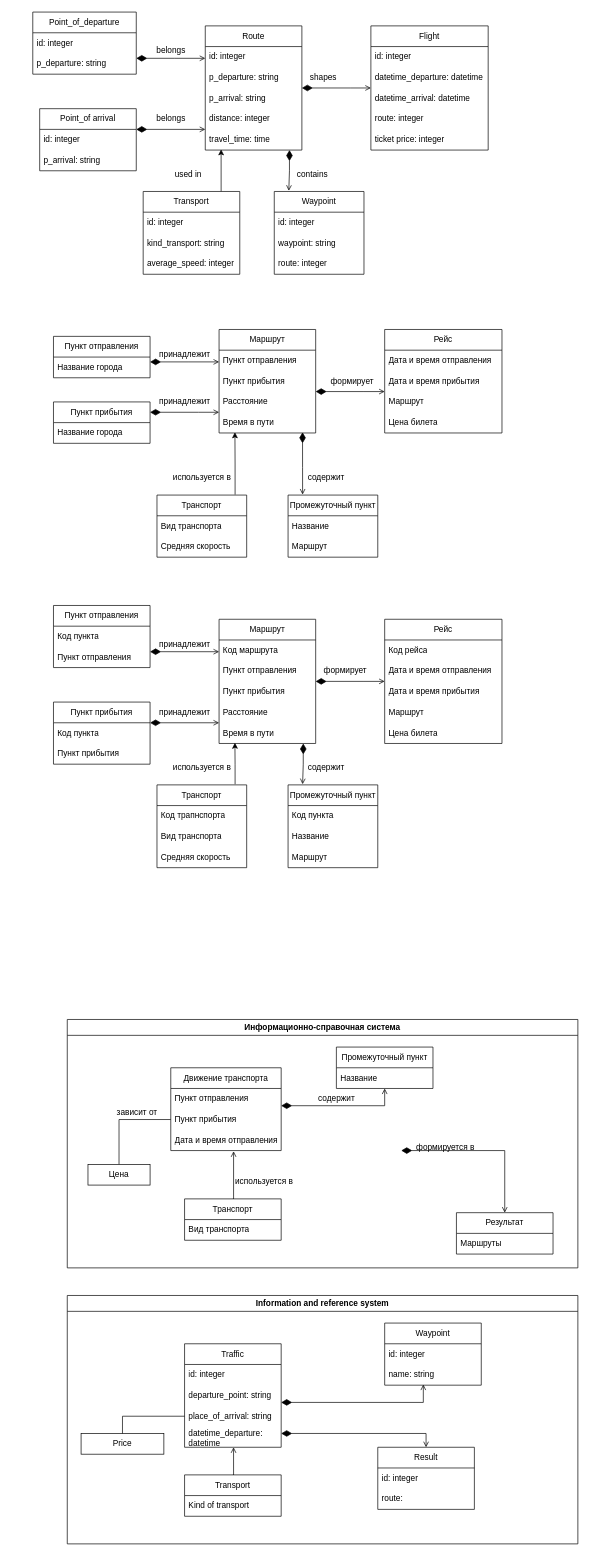
This is Диаграмма мпо.drawio from Anaastasiya/-, a draw.io file, before an edit. Source tidied: cells renumbered, new cells numbered last; positions are measured from the earlier drawing's top-left corner, leaving out a move shared by most shapes. Both pictures are drawn from the tidied source at 69%, with x=0, y=0 at pixel (32, 12).
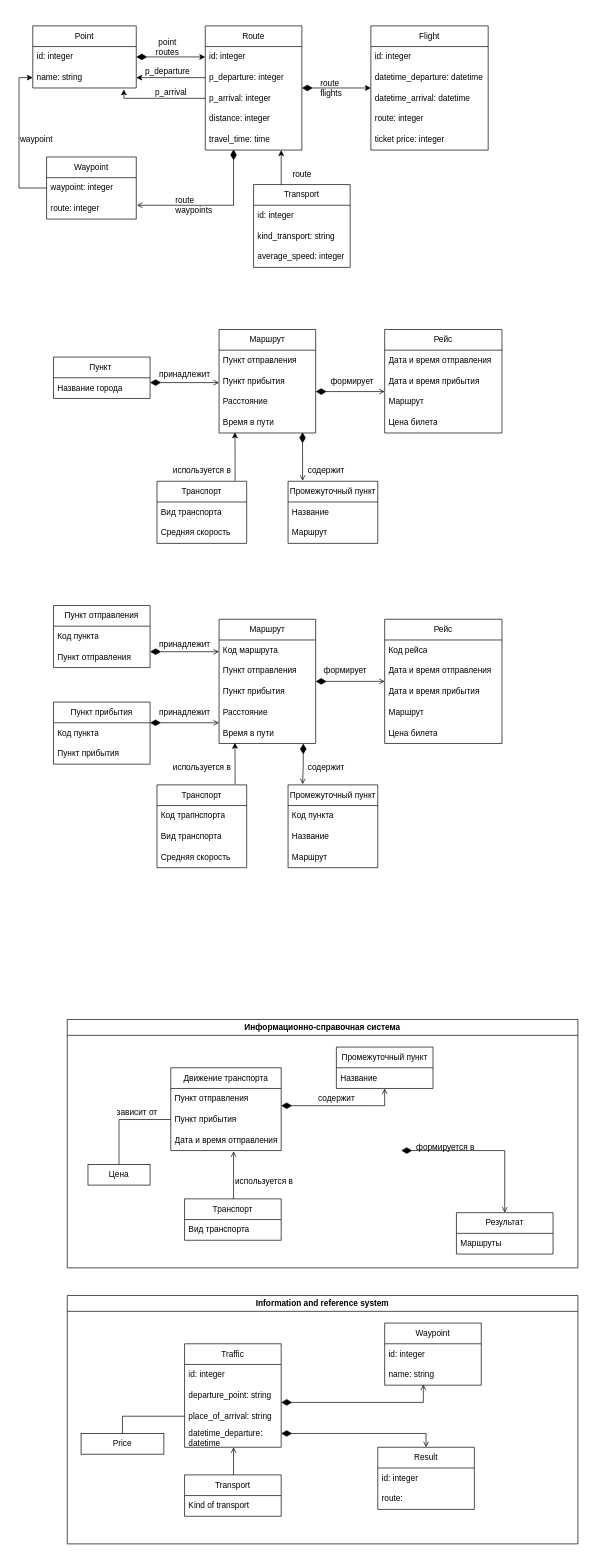
Above is the later version.

The change refers to these unchanged cells:
```xml
<mxCell id="81" value="Название города" style="text;strokeColor=none;fillColor=none;align=left;verticalAlign=middle;spacingLeft=4;spacingRight=4;overflow=hidden;points=[[0,0.5],[1,0.5]];portConstraint=eastwest;whiteSpace=wrap;html=1;" parent="80" vertex="1">
  <mxGeometry y="30" width="140" height="30" as="geometry" />
</mxCell>
<mxCell id="112" value="id: integer" style="text;strokeColor=none;fillColor=none;align=left;verticalAlign=middle;spacingLeft=4;spacingRight=4;overflow=hidden;points=[[0,0.5],[1,0.5]];portConstraint=eastwest;whiteSpace=wrap;html=1;" parent="111" vertex="1">
  <mxGeometry y="30" width="150" height="30" as="geometry" />
</mxCell>
<mxCell id="117" value="Route" style="swimlane;fontStyle=0;horizontal=1;startSize=30;whiteSpace=wrap;html=1;" parent="1" vertex="1">
  <mxGeometry x="250" y="20" width="140" height="180" as="geometry" />
</mxCell>
<mxCell id="118" value="id: integer" style="text;strokeColor=none;fillColor=none;align=left;verticalAlign=middle;spacingLeft=4;spacingRight=4;overflow=hidden;points=[[0,0.5],[1,0.5]];portConstraint=eastwest;whiteSpace=wrap;html=1;" parent="117" vertex="1">
  <mxGeometry y="30" width="140" height="30" as="geometry" />
</mxCell>
<mxCell id="122" value="travel_time: time" style="text;strokeColor=none;fillColor=none;align=left;verticalAlign=middle;spacingLeft=4;spacingRight=4;overflow=hidden;points=[[0,0.5],[1,0.5]];portConstraint=eastwest;whiteSpace=wrap;html=1;" parent="117" vertex="1">
  <mxGeometry y="150" width="140" height="30" as="geometry" />
</mxCell>
<mxCell id="126" value="datetime_arrival: datetime" style="text;strokeColor=none;fillColor=none;align=left;verticalAlign=middle;spacingLeft=4;spacingRight=4;overflow=hidden;points=[[0,0.5],[1,0.5]];portConstraint=eastwest;whiteSpace=wrap;html=1;" parent="123" vertex="1">
  <mxGeometry y="90" width="170" height="30" as="geometry" />
</mxCell>
```

What changed in the source:
```diff
@@
     <mxCell id="77" value="Промежуточный пункт" style="swimlane;fontStyle=0;horizontal=1;startSize=30;whiteSpace=wrap;html=1;" parent="1" vertex="1">
-      <mxGeometry x="370" y="700" width="130" height="90" as="geometry" />
+      <mxGeometry x="370" y="680" width="130" height="90" as="geometry" />
     </mxCell>
@@
-    <mxCell id="80" value="Пункт отправления" style="swimlane;fontStyle=0;horizontal=1;startSize=30;whiteSpace=wrap;html=1;" parent="1" vertex="1">
-      <mxGeometry x="30" y="470" width="140" height="60" as="geometry" />
+    <mxCell id="80" value="Пункт&amp;nbsp;" style="swimlane;fontStyle=0;horizontal=1;startSize=30;whiteSpace=wrap;html=1;" parent="1" vertex="1">
+      <mxGeometry x="30" y="500" width="140" height="60" as="geometry" />
     </mxCell>
@@
-    <mxCell id="82" value="Пункт прибытия" style="swimlane;fontStyle=0;horizontal=1;startSize=30;whiteSpace=wrap;html=1;" parent="1" vertex="1">
-      <mxGeometry x="30" y="565" width="140" height="60" as="geometry" />
-    </mxCell>
-    <mxCell id="83" value="Название города" style="text;strokeColor=none;fillColor=none;align=left;verticalAlign=middle;spacingLeft=4;spacingRight=4;overflow=hidden;whiteSpace=wrap;html=1;" parent="82" vertex="1">
-      <mxGeometry y="30" width="140" height="30" as="geometry" />
-    </mxCell>
@@
     <mxCell id="95" value="Транспорт" style="swimlane;fontStyle=0;horizontal=1;startSize=30;whiteSpace=wrap;html=1;" parent="1" vertex="1">
-      <mxGeometry x="180" y="700" width="130" height="90" as="geometry" />
+      <mxGeometry x="180" y="680" width="130" height="90" as="geometry" />
     </mxCell>
@@
     <mxCell id="98" style="edgeStyle=orthogonalEdgeStyle;rounded=0;jettySize=auto;html=1;startArrow=diamondThin;startFill=1;startSize=13;endArrow=open;endFill=0;exitX=1;exitY=0.233;exitDx=0;exitDy=0;exitPerimeter=0;" parent="1" edge="1" source="81">
       <mxGeometry relative="1" as="geometry">
-        <mxPoint x="270" y="507" as="targetPoint" />
+        <mxPoint x="270" y="537" as="targetPoint" />
       </mxGeometry>
     </mxCell>
@@
     <mxCell id="101" value="используется в" style="text;html=1;align=center;verticalAlign=middle;strokeColor=none;fillColor=none;" parent="1" vertex="1">
-      <mxGeometry x="190" y="660" width="110" height="30" as="geometry" />
+      <mxGeometry x="190" y="650" width="110" height="30" as="geometry" />
     </mxCell>
     <mxCell id="102" value="содержит" style="text;html=1;align=center;verticalAlign=middle;strokeColor=none;fillColor=none;" parent="1" vertex="1">
-      <mxGeometry x="360" y="660" width="130" height="30" as="geometry" />
+      <mxGeometry x="360" y="650" width="130" height="30" as="geometry" />
     </mxCell>
@@
     <mxCell id="104" value="принадлежит" style="text;html=1;align=center;verticalAlign=middle;strokeColor=none;fillColor=none;" parent="1" vertex="1">
-      <mxGeometry x="170" y="481" width="100" height="30" as="geometry" />
+      <mxGeometry x="170" y="510" width="100" height="30" as="geometry" />
     </mxCell>
-    <mxCell id="105" value="принадлежит" style="text;html=1;align=center;verticalAlign=middle;strokeColor=none;fillColor=none;" parent="1" vertex="1">
-      <mxGeometry x="170" y="550" width="100" height="30" as="geometry" />
-    </mxCell>
-    <mxCell id="106" style="edgeStyle=orthogonalEdgeStyle;rounded=0;orthogonalLoop=1;jettySize=auto;html=1;startArrow=diamondThin;startFill=1;startSize=13;endArrow=open;endFill=0;exitX=1;exitY=0.233;exitDx=0;exitDy=0;exitPerimeter=0;" parent="1" edge="1">
-      <mxGeometry relative="1" as="geometry">
-        <mxPoint x="170" y="580" as="sourcePoint" />
-        <mxPoint x="270" y="580" as="targetPoint" />
-        <Array as="points">
-          <mxPoint x="240" y="580" />
-          <mxPoint x="240" y="580" />
-        </Array>
-      </mxGeometry>
-    </mxCell>
     <mxCell id="107" value="Waypoint" style="swimlane;fontStyle=0;horizontal=1;startSize=30;whiteSpace=wrap;html=1;" parent="1" vertex="1">
-      <mxGeometry x="350" y="260" width="130" height="120" as="geometry" />
+      <mxGeometry x="20" y="210" width="130" height="90" as="geometry" />
     </mxCell>
-    <mxCell id="108" value="id: integer" style="text;strokeColor=none;fillColor=none;align=left;verticalAlign=middle;spacingLeft=4;spacingRight=4;overflow=hidden;whiteSpace=wrap;html=1;" parent="107" vertex="1">
-      <mxGeometry y="30" width="130" height="30" as="geometry" />
-    </mxCell>
-    <mxCell id="109" value="waypoint: string" style="text;strokeColor=none;fillColor=none;align=left;verticalAlign=middle;spacingLeft=4;spacingRight=4;overflow=hidden;points=[[0,0.5],[1,0.5]];portConstraint=eastwest;whiteSpace=wrap;html=1;" parent="107" vertex="1">
-      <mxGeometry y="60" width="130" height="30" as="geometry" />
+    <mxCell id="109" value="waypoint: integer" style="text;strokeColor=none;fillColor=none;align=left;verticalAlign=middle;spacingLeft=4;spacingRight=4;overflow=hidden;points=[[0,0.5],[1,0.5]];portConstraint=eastwest;whiteSpace=wrap;html=1;" parent="107" vertex="1">
+      <mxGeometry y="30" width="130" height="30" as="geometry" />
     </mxCell>
     <mxCell id="110" value="route: integer" style="text;strokeColor=none;fillColor=none;align=left;verticalAlign=middle;spacingLeft=4;spacingRight=4;overflow=hidden;whiteSpace=wrap;html=1;" parent="107" vertex="1">
-      <mxGeometry y="90" width="130" height="30" as="geometry" />
+      <mxGeometry y="60" width="130" height="30" as="geometry" />
     </mxCell>
-    <mxCell id="111" value="Point_of_departure" style="swimlane;fontStyle=0;horizontal=1;startSize=30;whiteSpace=wrap;html=1;" parent="1" vertex="1">
-      <mxGeometry width="150" height="90" as="geometry" />
+    <mxCell id="111" value="Point" style="swimlane;fontStyle=0;horizontal=1;startSize=30;whiteSpace=wrap;html=1;" parent="1" vertex="1">
+      <mxGeometry y="20" width="150" height="90" as="geometry" />
     </mxCell>
@@
-    <mxCell id="113" value="p_departure: string" style="text;strokeColor=none;fillColor=none;align=left;verticalAlign=middle;spacingLeft=4;spacingRight=4;overflow=hidden;points=[[0,0.5],[1,0.5]];portConstraint=eastwest;whiteSpace=wrap;html=1;" parent="111" vertex="1">
-      <mxGeometry y="60" width="150" height="30" as="geometry" />
-    </mxCell>
-    <mxCell id="114" value="Point_of arrival" style="swimlane;fontStyle=0;horizontal=1;startSize=30;whiteSpace=wrap;html=1;" parent="1" vertex="1">
-      <mxGeometry x="10" y="140" width="140" height="90" as="geometry" />
-    </mxCell>
-    <mxCell id="115" value="id: integer" style="text;strokeColor=none;fillColor=none;align=left;verticalAlign=middle;spacingLeft=4;spacingRight=4;overflow=hidden;whiteSpace=wrap;html=1;" parent="114" vertex="1">
-      <mxGeometry y="30" width="140" height="30" as="geometry" />
-    </mxCell>
-    <mxCell id="116" value="p_arrival: string" style="text;strokeColor=none;fillColor=none;align=left;verticalAlign=middle;spacingLeft=4;spacingRight=4;overflow=hidden;whiteSpace=wrap;html=1;" parent="114" vertex="1">
-      <mxGeometry y="60" width="140" height="30" as="geometry" />
-    </mxCell>
+    <mxCell id="143" value="&lt;span style=&quot;color: rgb(0, 0, 0); font-family: Helvetica; font-size: 12px; font-style: normal; font-variant-ligatures: normal; font-variant-caps: normal; font-weight: 400; letter-spacing: normal; orphans: 2; text-align: left; text-indent: 0px; text-transform: none; widows: 2; word-spacing: 0px; -webkit-text-stroke-width: 0px; background-color: rgb(251, 251, 251); text-decoration-thickness: initial; text-decoration-style: initial; text-decoration-color: initial; float: none; display: inline !important;&quot;&gt;name: string&lt;/span&gt;" style="text;strokeColor=none;fillColor=none;align=left;verticalAlign=middle;spacingLeft=4;spacingRight=4;overflow=hidden;points=[[0,0.5],[1,0.5]];portConstraint=eastwest;whiteSpace=wrap;html=1;" parent="111" vertex="1">
+      <mxGeometry y="60" width="150" height="30" as="geometry" />
+    </mxCell>
@@
-    <mxCell id="119" value="p_departure: string" style="text;strokeColor=none;fillColor=none;align=left;verticalAlign=middle;spacingLeft=4;spacingRight=4;overflow=hidden;points=[[0,0.5],[1,0.5]];portConstraint=eastwest;whiteSpace=wrap;html=1;" parent="117" vertex="1">
+    <mxCell id="119" value="p_departure: integer" style="text;strokeColor=none;fillColor=none;align=left;verticalAlign=middle;spacingLeft=4;spacingRight=4;overflow=hidden;points=[[0,0.5],[1,0.5]];portConstraint=eastwest;whiteSpace=wrap;html=1;" parent="117" vertex="1">
       <mxGeometry y="60" width="140" height="30" as="geometry" />
     </mxCell>
-    <mxCell id="120" value="p_arrival: string" style="text;strokeColor=none;fillColor=none;align=left;verticalAlign=middle;spacingLeft=4;spacingRight=4;overflow=hidden;points=[[0,0.5],[1,0.5]];portConstraint=eastwest;whiteSpace=wrap;html=1;" parent="117" vertex="1">
+    <mxCell id="120" value="p_arrival: integer" style="text;strokeColor=none;fillColor=none;align=left;verticalAlign=middle;spacingLeft=4;spacingRight=4;overflow=hidden;points=[[0,0.5],[1,0.5]];portConstraint=eastwest;whiteSpace=wrap;html=1;" parent="117" vertex="1">
       <mxGeometry y="90" width="140" height="30" as="geometry" />
     </mxCell>
@@
-    <mxCell id="129" style="edgeStyle=orthogonalEdgeStyle;rounded=0;jettySize=auto;html=1;exitX=0.807;exitY=0;exitDx=0;exitDy=0;exitPerimeter=0;entryX=0.164;entryY=0.967;entryDx=0;entryDy=0;entryPerimeter=0;" parent="1" edge="1" source="130" target="122">
-      <mxGeometry relative="1" as="geometry" />
+    <mxCell id="129" style="edgeStyle=orthogonalEdgeStyle;rounded=0;jettySize=auto;html=1;exitX=0.307;exitY=0;exitDx=0;exitDy=0;exitPerimeter=0;" parent="1" edge="1" source="130">
+      <mxGeometry relative="1" as="geometry">
+        <mxPoint x="360" y="200" as="targetPoint" />
+        <Array as="points">
+          <mxPoint x="360" y="260" />
+        </Array>
+      </mxGeometry>
     </mxCell>
     <mxCell id="130" value="Transport" style="swimlane;fontStyle=0;horizontal=1;startSize=30;whiteSpace=wrap;html=1;" parent="1" vertex="1">
-      <mxGeometry x="160" y="260" width="140" height="120" as="geometry" />
+      <mxGeometry x="320" y="250" width="140" height="120" as="geometry" />
     </mxCell>
@@
-    <mxCell id="134" style="edgeStyle=orthogonalEdgeStyle;rounded=0;jettySize=auto;html=1;startArrow=diamondThin;startFill=1;startSize=13;endArrow=open;endFill=0;exitX=1;exitY=0.233;exitDx=0;exitDy=0;exitPerimeter=0;" parent="1" edge="1" source="113">
-      <mxGeometry relative="1" as="geometry">
-        <mxPoint x="250" y="67" as="targetPoint" />
-      </mxGeometry>
-    </mxCell>
-    <mxCell id="135" style="edgeStyle=orthogonalEdgeStyle;rounded=0;jettySize=auto;html=1;startArrow=diamondThin;startFill=1;startSize=13;endArrow=open;endFill=0;entryX=0;entryY=0;entryDx=0;entryDy=0;entryPerimeter=0;" parent="1" edge="1" target="126">
+    <mxCell id="135" style="edgeStyle=orthogonalEdgeStyle;rounded=0;jettySize=auto;html=1;startArrow=diamondThin;startFill=1;startSize=13;endArrow=classic;endFill=1;entryX=0;entryY=0;entryDx=0;entryDy=0;entryPerimeter=0;" parent="1" edge="1" target="126">
       <mxGeometry relative="1" as="geometry">
         <mxPoint x="390" y="110" as="sourcePoint" />
         <Array as="points">
           <mxPoint x="460" y="110" />
           <mxPoint x="460" y="110" />
         </Array>
       </mxGeometry>
     </mxCell>
-    <mxCell id="136" style="edgeStyle=orthogonalEdgeStyle;rounded=0;jettySize=auto;html=1;startArrow=diamondThin;startFill=1;startSize=13;endArrow=open;endFill=0;entryX=0.162;entryY=-0.008;entryDx=0;entryDy=0;entryPerimeter=0;" parent="1" edge="1" target="107">
-      <mxGeometry relative="1" as="geometry">
-        <mxPoint x="372" y="200" as="sourcePoint" />
-        <Array as="points">
-          <mxPoint x="372" y="230" />
-          <mxPoint x="371" y="230" />
-        </Array>
-      </mxGeometry>
-    </mxCell>
-    <mxCell id="137" value="used in" style="text;html=1;align=center;verticalAlign=middle;strokeColor=none;fillColor=none;" parent="1" vertex="1">
-      <mxGeometry x="195" y="220" width="60" height="30" as="geometry" />
+    <mxCell id="137" value="route" style="text;html=1;align=center;verticalAlign=middle;strokeColor=none;fillColor=none;" parent="1" vertex="1">
+      <mxGeometry x="365" y="220" width="50" height="30" as="geometry" />
     </mxCell>
-    <mxCell id="138" value="contains" style="text;html=1;align=center;verticalAlign=middle;strokeColor=none;fillColor=none;" parent="1" vertex="1">
-      <mxGeometry x="370" y="220" width="70" height="30" as="geometry" />
-    </mxCell>
-    <mxCell id="139" value="shapes" style="text;html=1;align=left;verticalAlign=middle;strokeColor=none;fillColor=none;" parent="1" vertex="1">
-      <mxGeometry x="400" y="80" width="60" height="30" as="geometry" />
+    <mxCell id="139" value="route&lt;br&gt;flights" style="text;html=1;align=left;verticalAlign=middle;strokeColor=none;fillColor=none;" parent="1" vertex="1">
+      <mxGeometry x="415" y="90" width="50" height="40" as="geometry" />
     </mxCell>
-    <mxCell id="140" value="belongs" style="text;html=1;align=center;verticalAlign=middle;strokeColor=none;fillColor=none;" parent="1" vertex="1">
-      <mxGeometry x="165" y="41" width="70" height="30" as="geometry" />
+    <mxCell id="140" value="point&lt;br&gt;routes" style="text;html=1;align=center;verticalAlign=middle;strokeColor=none;fillColor=none;" parent="1" vertex="1">
+      <mxGeometry x="165" y="31" width="60" height="40" as="geometry" />
     </mxCell>
-    <mxCell id="141" value="belongs" style="text;html=1;align=center;verticalAlign=middle;strokeColor=none;fillColor=none;" parent="1" vertex="1">
-      <mxGeometry x="165" y="140" width="70" height="30" as="geometry" />
-    </mxCell>
-    <mxCell id="142" style="edgeStyle=orthogonalEdgeStyle;rounded=0;orthogonalLoop=1;jettySize=auto;html=1;startArrow=diamondThin;startFill=1;startSize=13;endArrow=open;endFill=0;exitX=1;exitY=0.233;exitDx=0;exitDy=0;exitPerimeter=0;" parent="1" edge="1">
-      <mxGeometry relative="1" as="geometry">
-        <mxPoint x="150" y="170" as="sourcePoint" />
-        <mxPoint x="250" y="170" as="targetPoint" />
-      </mxGeometry>
-    </mxCell>
+    <mxCell id="144" style="edgeStyle=orthogonalEdgeStyle;rounded=0;jettySize=auto;html=1;exitX=0;exitY=0.5;exitDx=0;exitDy=0;entryX=1;entryY=0.5;entryDx=0;entryDy=0;startArrow=classic;startFill=1;startSize=6;endArrow=diamondThin;endFill=1;endSize=13;" parent="1" edge="1" source="118" target="112">
+      <mxGeometry relative="1" as="geometry" />
+    </mxCell>
+    <mxCell id="145" style="edgeStyle=orthogonalEdgeStyle;rounded=0;jettySize=auto;html=1;entryX=1;entryY=0.5;entryDx=0;entryDy=0;" parent="1" edge="1" source="119">
+      <mxGeometry relative="1" as="geometry">
+        <mxPoint x="150" y="95" as="targetPoint" />
+      </mxGeometry>
+    </mxCell>
+    <mxCell id="146" style="edgeStyle=orthogonalEdgeStyle;rounded=0;jettySize=auto;html=1;exitX=0;exitY=0.5;exitDx=0;exitDy=0;entryX=0.88;entryY=1.067;entryDx=0;entryDy=0;entryPerimeter=0;" parent="1" edge="1" source="120" target="143">
+      <mxGeometry relative="1" as="geometry">
+        <Array as="points">
+          <mxPoint x="132" y="125" />
+        </Array>
+      </mxGeometry>
+    </mxCell>
+    <mxCell id="147" value="p_departure" style="text;html=1;align=center;verticalAlign=middle;strokeColor=none;fillColor=none;" parent="1" vertex="1">
+      <mxGeometry x="150" y="71" width="90" height="30" as="geometry" />
+    </mxCell>
+    <mxCell id="148" value="p_arrival" style="text;html=1;align=center;verticalAlign=middle;strokeColor=none;fillColor=none;" parent="1" vertex="1">
+      <mxGeometry x="165" y="101" width="70" height="30" as="geometry" />
+    </mxCell>
+    <mxCell id="134" style="edgeStyle=orthogonalEdgeStyle;rounded=0;jettySize=auto;html=1;startArrow=open;startFill=0;startSize=6;endArrow=diamondThin;endFill=1;endSize=13;entryX=0.293;entryY=0.967;entryDx=0;entryDy=0;entryPerimeter=0;" parent="1" edge="1" target="122">
+      <mxGeometry relative="1" as="geometry">
+        <mxPoint x="151" y="280" as="sourcePoint" />
+        <Array as="points">
+          <mxPoint x="151" y="280" />
+          <mxPoint x="291" y="280" />
+        </Array>
+      </mxGeometry>
+    </mxCell>
+    <mxCell id="149" value="route&lt;br&gt;waypoints" style="text;html=1;align=left;verticalAlign=middle;strokeColor=none;fillColor=none;" parent="1" vertex="1">
+      <mxGeometry x="205" y="260" width="80" height="40" as="geometry" />
+    </mxCell>
+    <mxCell id="150" style="edgeStyle=orthogonalEdgeStyle;rounded=0;jettySize=auto;html=1;exitX=0;exitY=0.5;exitDx=0;exitDy=0;entryX=0;entryY=0.5;entryDx=0;entryDy=0;endArrow=none;endFill=0;startArrow=classic;startFill=1;" parent="1" edge="1" source="143" target="109">
+      <mxGeometry relative="1" as="geometry">
+        <Array as="points">
+          <mxPoint x="-20" y="95" />
+          <mxPoint x="-20" y="255" />
+        </Array>
+      </mxGeometry>
+    </mxCell>
+    <mxCell id="151" value="waypoint" style="text;html=1;align=center;verticalAlign=middle;strokeColor=none;fillColor=none;" parent="1" vertex="1">
+      <mxGeometry x="-30" y="170" width="70" height="30" as="geometry" />
+    </mxCell>
```
